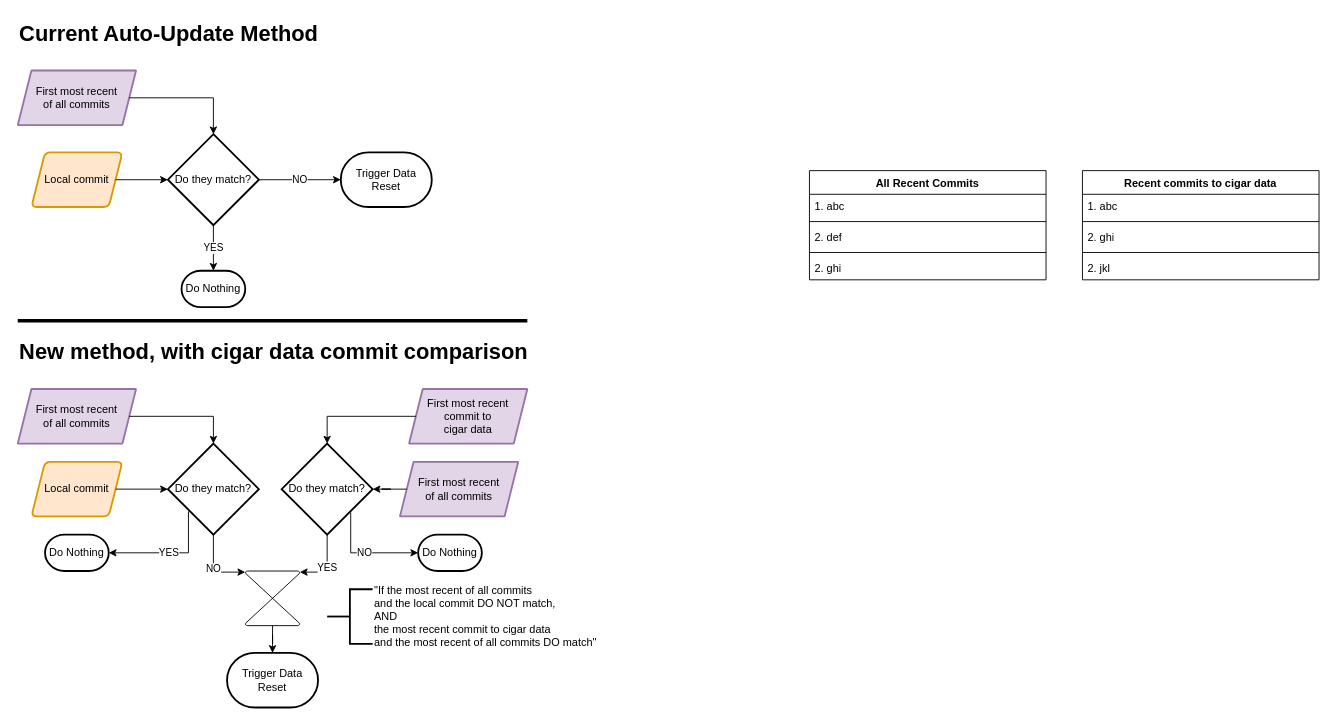
Above: page "Page-1" (1 of 4) of New commit updating.drawio in macglencoe/diagrams (draw.io), before the change. Source tidied: cells renumbered, new cells numbered last; positions are measured from the earlier drawing's top-left corner, leaving out a move shared by most shapes. Both pictures are drawn from the tidied source at 91%, with x=0, y=0 at pixel (17, 15).
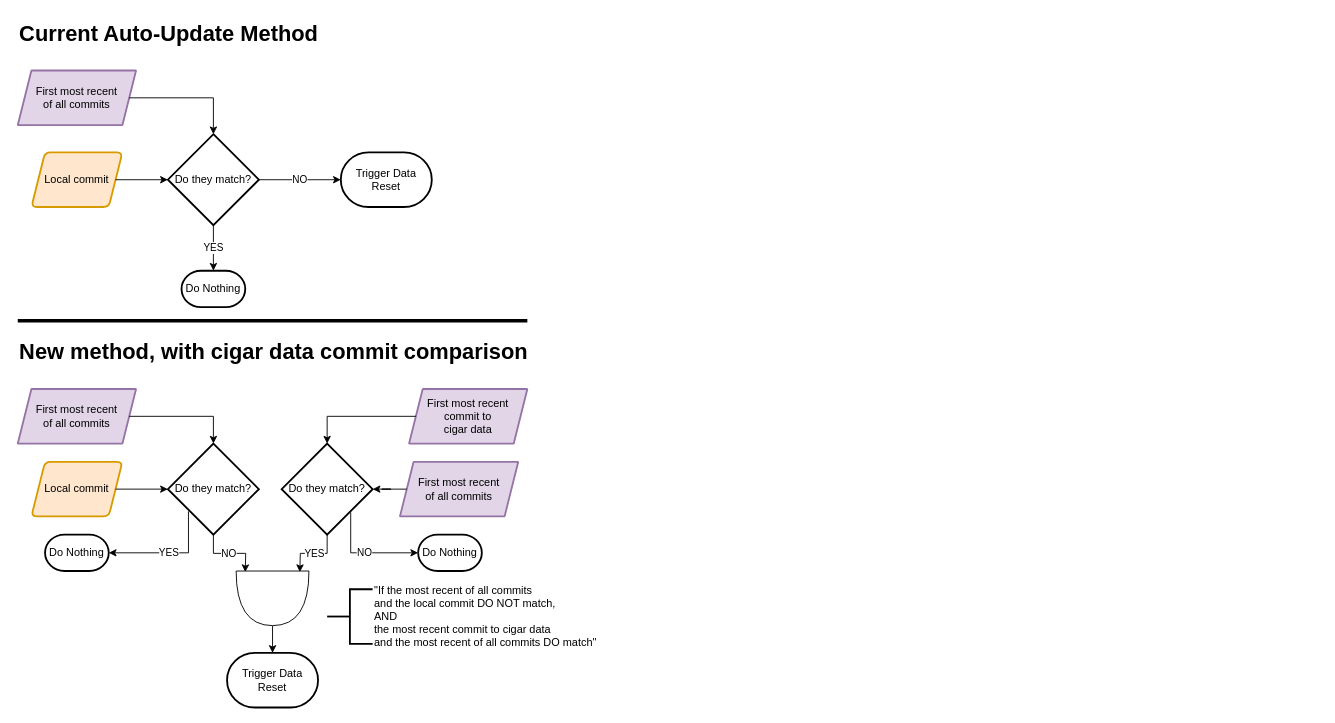
Above is the later version.

Unchanged cells that the change refers to:
```xml
<mxCell id="16" value="&lt;div&gt;&lt;span style=&quot;background-color: transparent; color: light-dark(rgb(0, 0, 0), rgb(255, 255, 255));&quot;&gt;Do they match?&lt;/span&gt;&lt;/div&gt;" style="strokeWidth=2;html=1;shape=mxgraph.flowchart.decision;whiteSpace=wrap;" parent="1" vertex="1">
  <mxGeometry x="165" y="470" width="100" height="100" as="geometry" />
</mxCell>
<mxCell id="21" value="&lt;div&gt;&lt;span style=&quot;background-color: transparent; color: light-dark(rgb(0, 0, 0), rgb(255, 255, 255));&quot;&gt;Do they match?&lt;/span&gt;&lt;/div&gt;" style="strokeWidth=2;html=1;shape=mxgraph.flowchart.decision;whiteSpace=wrap;" parent="1" vertex="1">
  <mxGeometry x="290" y="470" width="100" height="100" as="geometry" />
</mxCell>
<mxCell id="32" value="Trigger Data Reset" style="strokeWidth=2;html=1;shape=mxgraph.flowchart.terminator;whiteSpace=wrap;" parent="1" vertex="1">
  <mxGeometry x="230" y="700" width="100" height="60" as="geometry" />
</mxCell>
```

What changed in the source:
```diff
@@
-<mxGraphModel>
+<mxGraphModel background="#ffffff">
@@
-    <mxCell id="2" value="Recent commits to cigar data" style="swimlane;fontStyle=1;align=center;verticalAlign=top;horizontal=1;startSize=26;whiteSpace=wrap;html=1;" parent="1" vertex="1">
-      <mxGeometry x="1170" y="170" width="260" height="120" as="geometry" />
-    </mxCell>
-    <mxCell id="3" value="1. abc" style="text;strokeColor=none;fillColor=none;align=left;verticalAlign=top;spacingLeft=4;spacingRight=4;overflow=hidden;whiteSpace=wrap;html=1;" parent="2" vertex="1">
-      <mxGeometry y="26" width="260" height="26" as="geometry" />
-    </mxCell>
-    <mxCell id="4" style="line;strokeWidth=1;fillColor=none;align=left;verticalAlign=middle;spacingTop=-1;spacingLeft=3;spacingRight=3;labelPosition=right;strokeColor=inherit;" parent="2" vertex="1">
-      <mxGeometry y="52" width="260" height="8" as="geometry" />
-    </mxCell>
-    <mxCell id="5" value="2. ghi" style="text;strokeColor=none;fillColor=none;align=left;verticalAlign=top;spacingLeft=4;spacingRight=4;overflow=hidden;whiteSpace=wrap;html=1;" parent="2" vertex="1">
-      <mxGeometry y="60" width="260" height="26" as="geometry" />
-    </mxCell>
-    <mxCell id="6" style="line;strokeWidth=1;fillColor=none;align=left;verticalAlign=middle;spacingTop=-1;spacingLeft=3;spacingRight=3;labelPosition=right;strokeColor=inherit;" parent="2" vertex="1">
-      <mxGeometry y="86" width="260" height="8" as="geometry" />
-    </mxCell>
-    <mxCell id="7" value="2. jkl" style="text;strokeColor=none;fillColor=none;align=left;verticalAlign=top;spacingLeft=4;spacingRight=4;overflow=hidden;whiteSpace=wrap;html=1;" parent="2" vertex="1">
-      <mxGeometry y="94" width="260" height="26" as="geometry" />
-    </mxCell>
-    <mxCell id="8" value="All Recent Commits" style="swimlane;fontStyle=1;align=center;verticalAlign=top;horizontal=1;startSize=26;whiteSpace=wrap;html=1;" parent="1" vertex="1">
-      <mxGeometry x="870" y="170" width="260" height="120" as="geometry" />
-    </mxCell>
-    <mxCell id="9" value="1. abc" style="text;strokeColor=none;fillColor=none;align=left;verticalAlign=top;spacingLeft=4;spacingRight=4;overflow=hidden;whiteSpace=wrap;html=1;" parent="8" vertex="1">
-      <mxGeometry y="26" width="260" height="26" as="geometry" />
-    </mxCell>
-    <mxCell id="10" style="line;strokeWidth=1;fillColor=none;align=left;verticalAlign=middle;spacingTop=-1;spacingLeft=3;spacingRight=3;labelPosition=right;strokeColor=inherit;" parent="8" vertex="1">
-      <mxGeometry y="52" width="260" height="8" as="geometry" />
-    </mxCell>
-    <mxCell id="11" value="2. def" style="text;strokeColor=none;fillColor=none;align=left;verticalAlign=top;spacingLeft=4;spacingRight=4;overflow=hidden;whiteSpace=wrap;html=1;" parent="8" vertex="1">
-      <mxGeometry y="60" width="260" height="26" as="geometry" />
-    </mxCell>
-    <mxCell id="12" style="line;strokeWidth=1;fillColor=none;align=left;verticalAlign=middle;spacingTop=-1;spacingLeft=3;spacingRight=3;labelPosition=right;strokeColor=inherit;" parent="8" vertex="1">
-      <mxGeometry y="86" width="260" height="8" as="geometry" />
-    </mxCell>
-    <mxCell id="13" value="2. ghi" style="text;strokeColor=none;fillColor=none;align=left;verticalAlign=top;spacingLeft=4;spacingRight=4;overflow=hidden;whiteSpace=wrap;html=1;" parent="8" vertex="1">
-      <mxGeometry y="94" width="260" height="26" as="geometry" />
-    </mxCell>
@@
-    <mxCell id="24" style="verticalLabelPosition=bottom;verticalAlign=top;html=1;shape=mxgraph.flowchart.collate;rotation=0;" parent="1" vertex="1">
-      <mxGeometry x="250" y="610" width="60" height="60" as="geometry" />
-    </mxCell>
-    <mxCell id="25" value="NO" style="edgeStyle=orthogonalEdgeStyle;rounded=0;jettySize=auto;html=1;entryX=0;entryY=0.02;entryDx=0;entryDy=0;entryPerimeter=0;" parent="1" edge="1" source="16" target="24">
-      <mxGeometry relative="1" as="geometry" />
+    <mxCell id="25" value="NO" style="edgeStyle=orthogonalEdgeStyle;rounded=0;jettySize=auto;html=1;entryX=0;entryY=0.02;entryDx=0;entryDy=0;entryPerimeter=0;" parent="1" edge="1" source="16">
+      <mxGeometry relative="1" as="geometry">
+        <mxPoint x="250" y="611.2" as="targetPoint" />
+      </mxGeometry>
     </mxCell>
-    <mxCell id="26" value="YES" style="edgeStyle=orthogonalEdgeStyle;rounded=0;jettySize=auto;html=1;entryX=1;entryY=0.02;entryDx=0;entryDy=0;entryPerimeter=0;" parent="1" edge="1" source="21" target="24">
-      <mxGeometry relative="1" as="geometry" />
+    <mxCell id="26" value="YES" style="edgeStyle=orthogonalEdgeStyle;rounded=0;jettySize=auto;html=1;entryX=1;entryY=0.02;entryDx=0;entryDy=0;entryPerimeter=0;" parent="1" edge="1" source="21">
+      <mxGeometry relative="1" as="geometry">
+        <mxPoint x="310" y="611.2" as="targetPoint" />
+      </mxGeometry>
     </mxCell>
@@
-    <mxCell id="33" style="edgeStyle=orthogonalEdgeStyle;rounded=0;jettySize=auto;html=1;entryX=0.5;entryY=0;entryDx=0;entryDy=0;entryPerimeter=0;" parent="1" edge="1" source="24" target="32">
-      <mxGeometry relative="1" as="geometry" />
+    <mxCell id="33" style="edgeStyle=orthogonalEdgeStyle;rounded=0;jettySize=auto;html=1;entryX=0.5;entryY=0;entryDx=0;entryDy=0;entryPerimeter=0;" parent="1" edge="1" target="32">
+      <mxGeometry relative="1" as="geometry">
+        <mxPoint x="280" y="670" as="sourcePoint" />
+      </mxGeometry>
     </mxCell>
@@
+    <mxCell id="46" style="shape=or;whiteSpace=wrap;html=1;rotation=90;" parent="1" vertex="1">
+      <mxGeometry x="250" y="600" width="60" height="80" as="geometry" />
+    </mxCell>
```
